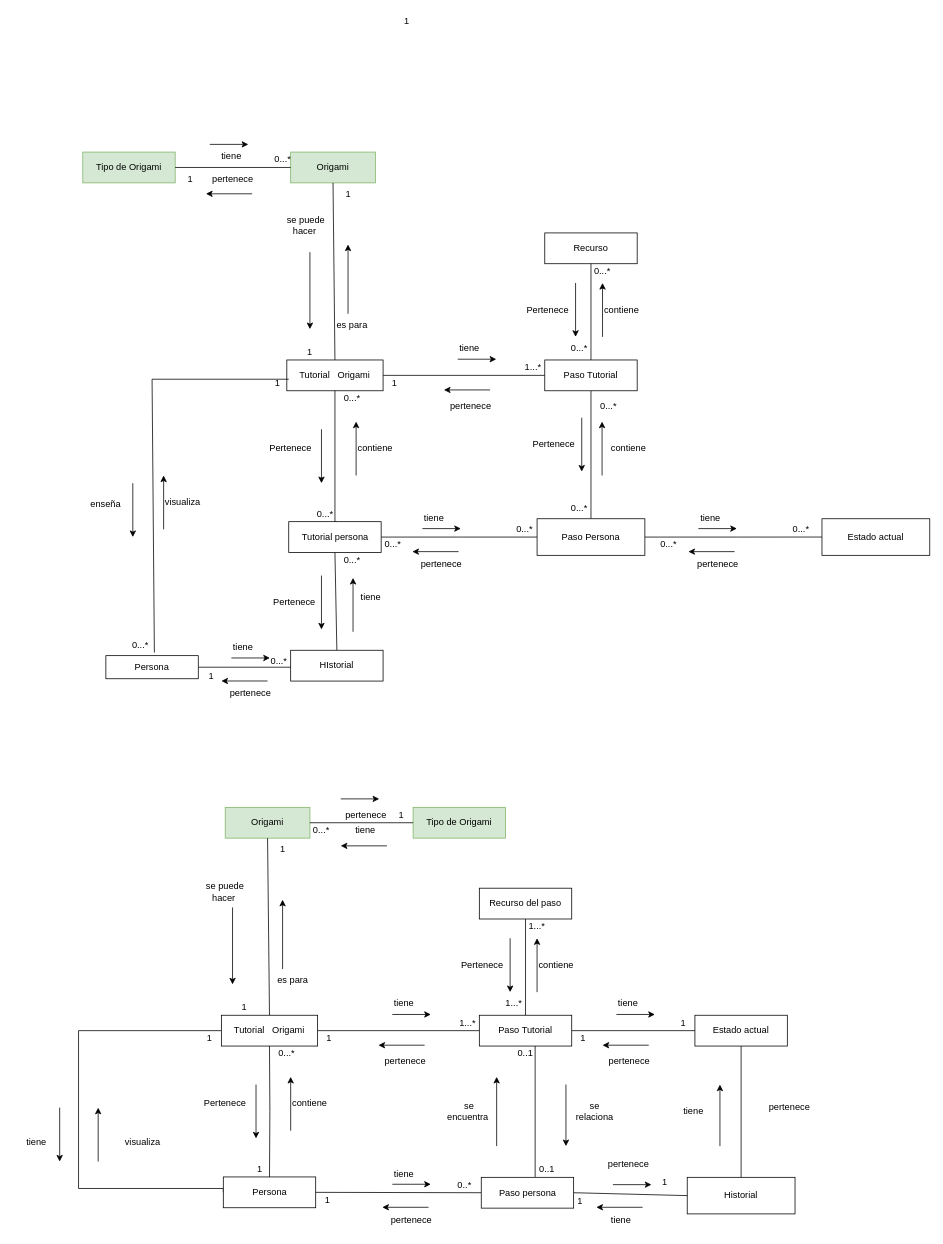
Above: ModeloDeDominio3D.drawio in andrescastillo1996/documentacionMundoOrigami (draw.io), before the change. Source tidied: cells renumbered, new cells numbered last; positions are measured from the earlier drawing's top-left corner, leaving out a move shared by most shapes. Both pictures are drawn from the tidied source at 77%, with x=0, y=0 at pixel (13, 13).
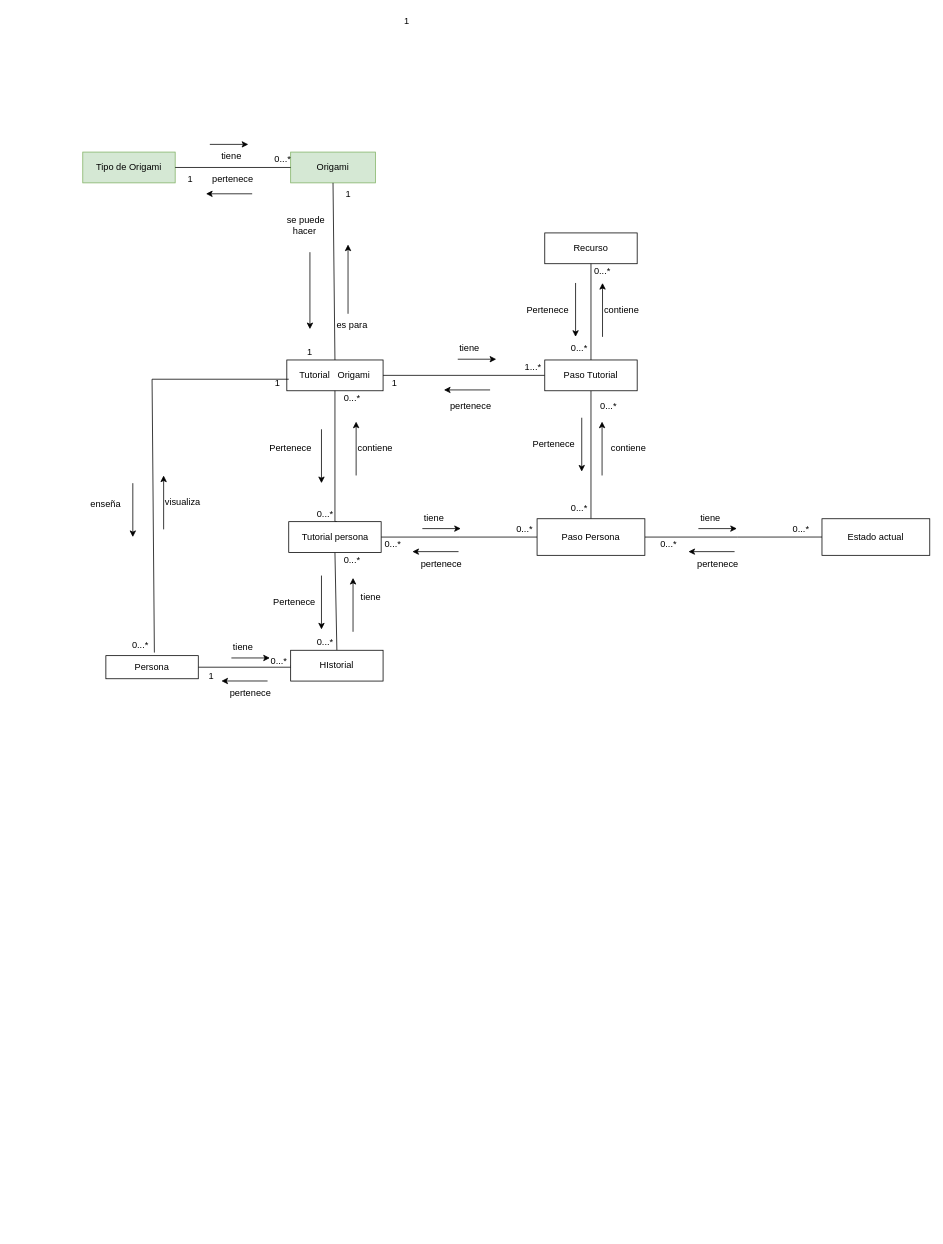
Above is the later version.

Change to the diagram source:
```diff
@@
-    <mxCell id="69" value="Tipo de Origami" style="rounded=0;whiteSpace=wrap;html=1;fillColor=#d5e8d4;strokeColor=#82b366;" parent="1" vertex="1">
-      <mxGeometry x="519" y="1031" width="120" height="40" as="geometry" />
-    </mxCell>
-    <mxCell id="70" value="Origami" style="rounded=0;whiteSpace=wrap;html=1;fillColor=#d5e8d4;strokeColor=#82b366;" parent="1" vertex="1">
-      <mxGeometry x="275" y="1031" width="110" height="40" as="geometry" />
-    </mxCell>
-    <mxCell id="71" value="Historial" style="rounded=0;whiteSpace=wrap;html=1;" parent="1" vertex="1">
-      <mxGeometry x="875" y="1511.5" width="140" height="47.5" as="geometry" />
-    </mxCell>
-    <mxCell id="72" style="endArrow=none;html=1;rounded=0;entryX=0;entryY=0.5;entryDx=0;entryDy=0;exitX=1;exitY=0.5;exitDx=0;exitDy=0;" parent="1" edge="1" source="70" target="69">
-      <mxGeometry relative="1" as="geometry" />
-    </mxCell>
-    <mxCell id="73" style="edgeStyle=orthogonalEdgeStyle;rounded=0;jettySize=auto;html=1;exitX=0;exitY=0.5;exitDx=0;exitDy=0;entryX=0;entryY=0.5;entryDx=0;entryDy=0;endArrow=none;endFill=0;" parent="1" edge="1" source="74" target="77">
-      <mxGeometry relative="1" as="geometry">
-        <Array as="points">
-          <mxPoint x="84.5" y="1526" />
-          <mxPoint x="84.5" y="1321" />
-        </Array>
-      </mxGeometry>
-    </mxCell>
-    <mxCell id="74" value="Persona" style="rounded=0;whiteSpace=wrap;html=1;" parent="1" vertex="1">
-      <mxGeometry x="272.5" y="1511" width="120" height="40" as="geometry" />
-    </mxCell>
-    <mxCell id="75" style="endArrow=none;html=1;rounded=0;exitX=0.5;exitY=1;exitDx=0;exitDy=0;entryX=0.5;entryY=0;entryDx=0;entryDy=0;" parent="1" edge="1" source="70" target="77">
-      <mxGeometry relative="1" as="geometry" />
-    </mxCell>
-    <mxCell id="76" style="edgeStyle=orthogonalEdgeStyle;rounded=0;jettySize=auto;html=1;endArrow=none;endFill=0;" parent="1" edge="1" source="77" target="95">
-      <mxGeometry relative="1" as="geometry" />
-    </mxCell>
-    <mxCell id="77" value="Tutorial&amp;nbsp; &amp;nbsp;Origami" style="rounded=0;whiteSpace=wrap;html=1;" parent="1" vertex="1">
-      <mxGeometry x="270" y="1301" width="125" height="40" as="geometry" />
-    </mxCell>
-    <mxCell id="78" style="endArrow=classic;html=1;rounded=0;" parent="1" edge="1">
-      <mxGeometry relative="1" as="geometry">
-        <mxPoint x="425" y="1020" as="sourcePoint" />
-        <mxPoint x="475" y="1020" as="targetPoint" />
-      </mxGeometry>
-    </mxCell>
-    <mxCell id="79" style="endArrow=classic;html=1;rounded=0;" parent="1" edge="1">
-      <mxGeometry relative="1" as="geometry">
-        <mxPoint x="485" y="1081" as="sourcePoint" />
-        <mxPoint x="425" y="1081" as="targetPoint" />
-      </mxGeometry>
-    </mxCell>
-    <mxCell id="80" style="endArrow=classic;html=1;rounded=0;" parent="1" edge="1">
-      <mxGeometry relative="1" as="geometry">
-        <mxPoint x="349.5" y="1241" as="sourcePoint" />
-        <mxPoint x="349.5" y="1151" as="targetPoint" />
-      </mxGeometry>
-    </mxCell>
-    <mxCell id="81" value="tiene&amp;nbsp;" style="text;html=1;strokeColor=none;fillColor=none;align=center;verticalAlign=middle;whiteSpace=wrap;rounded=0;" parent="1" vertex="1">
-      <mxGeometry x="429" y="1046" width="60" height="30" as="geometry" />
-    </mxCell>
-    <mxCell id="82" value="0...*" style="text;html=1;strokeColor=none;fillColor=none;align=center;verticalAlign=middle;whiteSpace=wrap;rounded=0;" parent="1" vertex="1">
-      <mxGeometry x="385" y="1051" width="30" height="20" as="geometry" />
-    </mxCell>
-    <mxCell id="83" style="endArrow=classic;html=1;rounded=0;" parent="1" edge="1">
-      <mxGeometry relative="1" as="geometry">
-        <mxPoint x="284.5" y="1161" as="sourcePoint" />
-        <mxPoint x="284.5" y="1261" as="targetPoint" />
-      </mxGeometry>
-    </mxCell>
-    <mxCell id="84" value="pertenece" style="text;html=1;strokeColor=none;fillColor=none;align=center;verticalAlign=middle;whiteSpace=wrap;rounded=0;" parent="1" vertex="1">
-      <mxGeometry x="428" y="1031" width="60" height="20" as="geometry" />
-    </mxCell>
-    <mxCell id="85" value="1" style="text;html=1;strokeColor=none;fillColor=none;align=center;verticalAlign=middle;whiteSpace=wrap;rounded=0;" parent="1" vertex="1">
-      <mxGeometry x="489" y="1031" width="30" height="20" as="geometry" />
-    </mxCell>
-    <mxCell id="86" value="es para" style="text;html=1;strokeColor=none;fillColor=none;align=center;verticalAlign=middle;whiteSpace=wrap;rounded=0;" parent="1" vertex="1">
-      <mxGeometry x="332.5" y="1241" width="60" height="30" as="geometry" />
-    </mxCell>
-    <mxCell id="87" value="1" style="text;html=1;strokeColor=none;fillColor=none;align=center;verticalAlign=middle;whiteSpace=wrap;rounded=0;" parent="1" vertex="1">
-      <mxGeometry x="285" y="1281" width="30" height="20" as="geometry" />
-    </mxCell>
-    <mxCell id="88" value="se puede hacer&amp;nbsp;" style="text;html=1;strokeColor=none;fillColor=none;align=center;verticalAlign=middle;whiteSpace=wrap;rounded=0;" parent="1" vertex="1">
-      <mxGeometry x="245" y="1131" width="60" height="20" as="geometry" />
-    </mxCell>
-    <mxCell id="89" value="1" style="text;html=1;strokeColor=none;fillColor=none;align=center;verticalAlign=middle;whiteSpace=wrap;rounded=0;" parent="1" vertex="1">
-      <mxGeometry x="335" y="1076" width="30" height="20" as="geometry" />
-    </mxCell>
-    <mxCell id="90" style="endArrow=none;html=1;rounded=0;exitX=1;exitY=0.5;exitDx=0;exitDy=0;entryX=0;entryY=0.5;entryDx=0;entryDy=0;" parent="1" edge="1" source="103" target="71">
-      <mxGeometry relative="1" as="geometry" />
-    </mxCell>
-    <mxCell id="91" value="Estado actual" style="rounded=0;whiteSpace=wrap;html=1;" parent="1" vertex="1">
-      <mxGeometry x="885" y="1301" width="120" height="40" as="geometry" />
-    </mxCell>
-    <mxCell id="92" value="Recurso del paso" style="rounded=0;whiteSpace=wrap;html=1;" parent="1" vertex="1">
-      <mxGeometry x="605" y="1136" width="120" height="40" as="geometry" />
-    </mxCell>
-    <mxCell id="93" style="edgeStyle=orthogonalEdgeStyle;rounded=0;jettySize=auto;html=1;entryX=0;entryY=0.5;entryDx=0;entryDy=0;endArrow=none;endFill=0;" parent="1" edge="1" source="95" target="91">
-      <mxGeometry relative="1" as="geometry" />
-    </mxCell>
-    <mxCell id="94" style="edgeStyle=orthogonalEdgeStyle;rounded=0;jettySize=auto;html=1;endArrow=none;endFill=0;" parent="1" edge="1" source="95" target="92">
-      <mxGeometry relative="1" as="geometry" />
-    </mxCell>
-    <mxCell id="95" value="Paso Tutorial" style="rounded=0;whiteSpace=wrap;html=1;" parent="1" vertex="1">
-      <mxGeometry x="605" y="1301" width="120" height="40" as="geometry" />
-    </mxCell>
-    <mxCell id="96" style="edgeStyle=orthogonalEdgeStyle;rounded=0;jettySize=auto;html=1;exitX=0.5;exitY=0;exitDx=0;exitDy=0;entryX=0.5;entryY=1;entryDx=0;entryDy=0;endArrow=none;endFill=0;" parent="1" edge="1" target="77">
-      <mxGeometry relative="1" as="geometry">
-        <mxPoint x="332.5" y="1511" as="sourcePoint" />
-      </mxGeometry>
-    </mxCell>
-    <mxCell id="97" style="edgeStyle=orthogonalEdgeStyle;rounded=0;jettySize=auto;html=1;exitX=1;exitY=0.5;exitDx=0;exitDy=0;entryX=0;entryY=0.5;entryDx=0;entryDy=0;endArrow=none;endFill=0;" parent="1" edge="1" target="103">
-      <mxGeometry relative="1" as="geometry">
-        <mxPoint x="392.5" y="1531" as="sourcePoint" />
-      </mxGeometry>
-    </mxCell>
-    <mxCell id="98" style="endArrow=classic;html=1;rounded=0;" parent="1" edge="1">
-      <mxGeometry relative="1" as="geometry">
-        <mxPoint x="360" y="1451" as="sourcePoint" />
-        <mxPoint x="360" y="1381" as="targetPoint" />
-      </mxGeometry>
-    </mxCell>
-    <mxCell id="99" value="contiene" style="text;html=1;strokeColor=none;fillColor=none;align=center;verticalAlign=middle;whiteSpace=wrap;rounded=0;" parent="1" vertex="1">
-      <mxGeometry x="355" y="1401" width="60" height="30" as="geometry" />
-    </mxCell>
-    <mxCell id="100" value="Pertenece" style="text;html=1;strokeColor=none;fillColor=none;align=center;verticalAlign=middle;whiteSpace=wrap;rounded=0;" parent="1" vertex="1">
-      <mxGeometry x="245" y="1401" width="60" height="30" as="geometry" />
-    </mxCell>
-    <mxCell id="101" style="endArrow=classic;html=1;rounded=0;" parent="1" edge="1">
-      <mxGeometry relative="1" as="geometry">
-        <mxPoint x="315" y="1391" as="sourcePoint" />
-        <mxPoint x="315" y="1461" as="targetPoint" />
-      </mxGeometry>
-    </mxCell>
-    <mxCell id="102" value="0...*" style="text;html=1;strokeColor=none;fillColor=none;align=center;verticalAlign=middle;whiteSpace=wrap;rounded=0;" parent="1" vertex="1">
-      <mxGeometry x="340" y="1341" width="30" height="20" as="geometry" />
-    </mxCell>
-    <mxCell id="103" value="Paso persona" style="rounded=0;whiteSpace=wrap;html=1;" parent="1" vertex="1">
-      <mxGeometry x="607.5" y="1511.5" width="120" height="40" as="geometry" />
-    </mxCell>
-    <mxCell id="104" value="tiene" style="text;html=1;strokeColor=none;fillColor=none;align=center;verticalAlign=middle;whiteSpace=wrap;rounded=0;" parent="1" vertex="1">
-      <mxGeometry y="1451" width="60" height="30" as="geometry" />
-    </mxCell>
-    <mxCell id="105" style="endArrow=classic;html=1;rounded=0;" parent="1" edge="1">
-      <mxGeometry relative="1" as="geometry">
-        <mxPoint x="60" y="1421" as="sourcePoint" />
-        <mxPoint x="60" y="1491" as="targetPoint" />
-      </mxGeometry>
-    </mxCell>
-    <mxCell id="106" style="endArrow=classic;html=1;rounded=0;" parent="1" edge="1">
-      <mxGeometry relative="1" as="geometry">
-        <mxPoint x="110" y="1491" as="sourcePoint" />
-        <mxPoint x="110" y="1421" as="targetPoint" />
-      </mxGeometry>
-    </mxCell>
-    <mxCell id="107" value="visualiza" style="text;html=1;strokeColor=none;fillColor=none;align=center;verticalAlign=middle;whiteSpace=wrap;rounded=0;" parent="1" vertex="1">
-      <mxGeometry x="137.5" y="1451" width="60" height="30" as="geometry" />
-    </mxCell>
-    <mxCell id="108" value="1" style="text;html=1;strokeColor=none;fillColor=none;align=center;verticalAlign=middle;whiteSpace=wrap;rounded=0;" parent="1" vertex="1">
-      <mxGeometry x="240" y="1321" width="30" height="20" as="geometry" />
-    </mxCell>
-    <mxCell id="109" style="endArrow=classic;html=1;rounded=0;" parent="1" edge="1">
-      <mxGeometry relative="1" as="geometry">
-        <mxPoint x="492" y="1300" as="sourcePoint" />
-        <mxPoint x="542" y="1300" as="targetPoint" />
-      </mxGeometry>
-    </mxCell>
-    <mxCell id="110" style="endArrow=classic;html=1;rounded=0;" parent="1" edge="1">
-      <mxGeometry relative="1" as="geometry">
-        <mxPoint x="534" y="1339.9" as="sourcePoint" />
-        <mxPoint x="474" y="1339.9" as="targetPoint" />
-      </mxGeometry>
-    </mxCell>
-    <mxCell id="111" value="tiene&amp;nbsp;" style="text;html=1;strokeColor=none;fillColor=none;align=center;verticalAlign=middle;whiteSpace=wrap;rounded=0;" parent="1" vertex="1">
-      <mxGeometry x="479" y="1271" width="60" height="30" as="geometry" />
-    </mxCell>
-    <mxCell id="112" value="pertenece" style="text;html=1;strokeColor=none;fillColor=none;align=center;verticalAlign=middle;whiteSpace=wrap;rounded=0;" parent="1" vertex="1">
-      <mxGeometry x="479" y="1351" width="60" height="20" as="geometry" />
-    </mxCell>
-    <mxCell id="113" style="endArrow=classic;html=1;rounded=0;" parent="1" edge="1">
-      <mxGeometry relative="1" as="geometry">
-        <mxPoint x="783" y="1300" as="sourcePoint" />
-        <mxPoint x="833" y="1300" as="targetPoint" />
-      </mxGeometry>
-    </mxCell>
-    <mxCell id="114" style="endArrow=classic;html=1;rounded=0;" parent="1" edge="1">
-      <mxGeometry relative="1" as="geometry">
-        <mxPoint x="825" y="1339.9" as="sourcePoint" />
-        <mxPoint x="765" y="1339.9" as="targetPoint" />
-      </mxGeometry>
-    </mxCell>
-    <mxCell id="115" value="tiene&amp;nbsp;" style="text;html=1;strokeColor=none;fillColor=none;align=center;verticalAlign=middle;whiteSpace=wrap;rounded=0;" parent="1" vertex="1">
-      <mxGeometry x="770" y="1271" width="60" height="30" as="geometry" />
-    </mxCell>
-    <mxCell id="116" value="pertenece" style="text;html=1;strokeColor=none;fillColor=none;align=center;verticalAlign=middle;whiteSpace=wrap;rounded=0;" parent="1" vertex="1">
-      <mxGeometry x="770" y="1351" width="60" height="20" as="geometry" />
-    </mxCell>
-    <mxCell id="117" value="1" style="text;html=1;strokeColor=none;fillColor=none;align=center;verticalAlign=middle;whiteSpace=wrap;rounded=0;" parent="1" vertex="1">
-      <mxGeometry x="855" y="1301" width="30" height="20" as="geometry" />
-    </mxCell>
-    <mxCell id="118" value="1...*" style="text;html=1;strokeColor=none;fillColor=none;align=center;verticalAlign=middle;whiteSpace=wrap;rounded=0;" parent="1" vertex="1">
-      <mxGeometry x="575" y="1301" width="30" height="20" as="geometry" />
-    </mxCell>
-    <mxCell id="119" value="1" style="text;html=1;strokeColor=none;fillColor=none;align=center;verticalAlign=middle;whiteSpace=wrap;rounded=0;" parent="1" vertex="1">
-      <mxGeometry x="725" y="1321" width="30" height="20" as="geometry" />
-    </mxCell>
-    <mxCell id="120" value="1" style="text;html=1;strokeColor=none;fillColor=none;align=center;verticalAlign=middle;whiteSpace=wrap;rounded=0;" parent="1" vertex="1">
-      <mxGeometry x="395" y="1321" width="30" height="20" as="geometry" />
-    </mxCell>
-    <mxCell id="121" style="endArrow=classic;html=1;rounded=0;" parent="1" edge="1">
-      <mxGeometry relative="1" as="geometry">
-        <mxPoint x="680" y="1271" as="sourcePoint" />
-        <mxPoint x="680" y="1201" as="targetPoint" />
-      </mxGeometry>
-    </mxCell>
-    <mxCell id="122" value="contiene" style="text;html=1;strokeColor=none;fillColor=none;align=center;verticalAlign=middle;whiteSpace=wrap;rounded=0;" parent="1" vertex="1">
-      <mxGeometry x="675" y="1221" width="60" height="30" as="geometry" />
-    </mxCell>
-    <mxCell id="123" value="Pertenece" style="text;html=1;strokeColor=none;fillColor=none;align=center;verticalAlign=middle;whiteSpace=wrap;rounded=0;" parent="1" vertex="1">
-      <mxGeometry x="579" y="1221" width="60" height="30" as="geometry" />
-    </mxCell>
-    <mxCell id="124" style="endArrow=classic;html=1;rounded=0;" parent="1" edge="1">
-      <mxGeometry relative="1" as="geometry">
-        <mxPoint x="645" y="1201" as="sourcePoint" />
-        <mxPoint x="645" y="1271" as="targetPoint" />
-      </mxGeometry>
-    </mxCell>
-    <mxCell id="125" value="1...*" style="text;html=1;strokeColor=none;fillColor=none;align=center;verticalAlign=middle;whiteSpace=wrap;rounded=0;" parent="1" vertex="1">
-      <mxGeometry x="665" y="1176" width="30" height="20" as="geometry" />
-    </mxCell>
-    <mxCell id="126" value="1...*" style="text;html=1;strokeColor=none;fillColor=none;align=center;verticalAlign=middle;whiteSpace=wrap;rounded=0;" parent="1" vertex="1">
-      <mxGeometry x="635" y="1276" width="30" height="20" as="geometry" />
-    </mxCell>
-    <mxCell id="127" value="1" style="text;html=1;strokeColor=none;fillColor=none;align=center;verticalAlign=middle;whiteSpace=wrap;rounded=0;" parent="1" vertex="1">
-      <mxGeometry x="305" y="1491" width="30" height="20" as="geometry" />
-    </mxCell>
-    <mxCell id="128" style="endArrow=classic;html=1;rounded=0;" parent="1" edge="1">
-      <mxGeometry relative="1" as="geometry">
-        <mxPoint x="492" y="1520.5" as="sourcePoint" />
-        <mxPoint x="542" y="1520.5" as="targetPoint" />
-      </mxGeometry>
-    </mxCell>
-    <mxCell id="129" style="endArrow=classic;html=1;rounded=0;" parent="1" edge="1">
-      <mxGeometry relative="1" as="geometry">
-        <mxPoint x="539" y="1550.4" as="sourcePoint" />
-        <mxPoint x="479" y="1550.4" as="targetPoint" />
-      </mxGeometry>
-    </mxCell>
-    <mxCell id="130" value="tiene&amp;nbsp;" style="text;html=1;strokeColor=none;fillColor=none;align=center;verticalAlign=middle;whiteSpace=wrap;rounded=0;" parent="1" vertex="1">
-      <mxGeometry x="479" y="1491.5" width="60" height="30" as="geometry" />
-    </mxCell>
-    <mxCell id="131" value="pertenece" style="text;html=1;strokeColor=none;fillColor=none;align=center;verticalAlign=middle;whiteSpace=wrap;rounded=0;" parent="1" vertex="1">
-      <mxGeometry x="487" y="1556.5" width="60" height="20" as="geometry" />
-    </mxCell>
-    <mxCell id="132" style="endArrow=classic;html=1;rounded=0;" parent="1" edge="1">
-      <mxGeometry relative="1" as="geometry">
-        <mxPoint x="778.5" y="1521" as="sourcePoint" />
-        <mxPoint x="828.5" y="1521" as="targetPoint" />
-      </mxGeometry>
-    </mxCell>
-    <mxCell id="133" style="endArrow=classic;html=1;rounded=0;" parent="1" edge="1">
-      <mxGeometry relative="1" as="geometry">
-        <mxPoint x="817" y="1550.4" as="sourcePoint" />
-        <mxPoint x="757" y="1550.4" as="targetPoint" />
-      </mxGeometry>
-    </mxCell>
-    <mxCell id="134" value="tiene&amp;nbsp;" style="text;html=1;strokeColor=none;fillColor=none;align=center;verticalAlign=middle;whiteSpace=wrap;rounded=0;" parent="1" vertex="1">
-      <mxGeometry x="761" y="1551.5" width="60" height="30" as="geometry" />
-    </mxCell>
-    <mxCell id="135" value="pertenece" style="text;html=1;strokeColor=none;fillColor=none;align=center;verticalAlign=middle;whiteSpace=wrap;rounded=0;" parent="1" vertex="1">
-      <mxGeometry x="768.5" y="1484" width="60" height="20" as="geometry" />
-    </mxCell>
-    <mxCell id="136" value="0..*" style="text;html=1;strokeColor=none;fillColor=none;align=center;verticalAlign=middle;whiteSpace=wrap;rounded=0;" parent="1" vertex="1">
-      <mxGeometry x="571" y="1511.5" width="30" height="20" as="geometry" />
-    </mxCell>
-    <mxCell id="137" value="1" style="text;html=1;strokeColor=none;fillColor=none;align=center;verticalAlign=middle;whiteSpace=wrap;rounded=0;" parent="1" vertex="1">
-      <mxGeometry x="392.5" y="1531" width="30" height="20" as="geometry" />
-    </mxCell>
-    <mxCell id="138" value="1" style="text;html=1;strokeColor=none;fillColor=none;align=center;verticalAlign=middle;whiteSpace=wrap;rounded=0;" parent="1" vertex="1">
-      <mxGeometry x="831" y="1507.8" width="30" height="20" as="geometry" />
-    </mxCell>
-    <mxCell id="139" value="1" style="text;html=1;strokeColor=none;fillColor=none;align=center;verticalAlign=middle;whiteSpace=wrap;rounded=0;" parent="1" vertex="1">
-      <mxGeometry x="721" y="1531.5" width="30" height="20" as="geometry" />
-    </mxCell>
-    <mxCell id="140" style="endArrow=none;html=1;rounded=0;entryX=0.604;entryY=1;entryDx=0;entryDy=0;entryPerimeter=0;" parent="1" edge="1" target="95">
-      <mxGeometry relative="1" as="geometry">
-        <mxPoint x="677.5" y="1511" as="sourcePoint" />
-      </mxGeometry>
-    </mxCell>
-    <mxCell id="141" style="endArrow=classic;html=1;rounded=0;" parent="1" edge="1">
-      <mxGeometry relative="1" as="geometry">
-        <mxPoint x="627.5" y="1471" as="sourcePoint" />
-        <mxPoint x="627.5" y="1381" as="targetPoint" />
-      </mxGeometry>
-    </mxCell>
-    <mxCell id="142" style="endArrow=classic;html=1;rounded=0;" parent="1" edge="1">
-      <mxGeometry relative="1" as="geometry">
-        <mxPoint x="717.5" y="1391" as="sourcePoint" />
-        <mxPoint x="717.5" y="1471" as="targetPoint" />
-      </mxGeometry>
-    </mxCell>
-    <mxCell id="143" value="se encuentra&amp;nbsp;" style="text;html=1;strokeColor=none;fillColor=none;align=center;verticalAlign=middle;whiteSpace=wrap;rounded=0;" parent="1" vertex="1">
-      <mxGeometry x="561.5" y="1411" width="60" height="30" as="geometry" />
-    </mxCell>
-    <mxCell id="144" value="se relaciona" style="text;html=1;strokeColor=none;fillColor=none;align=center;verticalAlign=middle;whiteSpace=wrap;rounded=0;" parent="1" vertex="1">
-      <mxGeometry x="725" y="1411" width="60" height="30" as="geometry" />
-    </mxCell>
-    <mxCell id="145" value="0..1" style="text;html=1;strokeColor=none;fillColor=none;align=center;verticalAlign=middle;whiteSpace=wrap;rounded=0;" parent="1" vertex="1">
-      <mxGeometry x="650" y="1341" width="30" height="20" as="geometry" />
-    </mxCell>
-    <mxCell id="146" value="0..1" style="text;html=1;strokeColor=none;fillColor=none;align=center;verticalAlign=middle;whiteSpace=wrap;rounded=0;" parent="1" vertex="1">
-      <mxGeometry x="677.5" y="1491" width="30" height="20" as="geometry" />
-    </mxCell>
-    <mxCell id="147" style="endArrow=none;html=1;rounded=0;entryX=0.5;entryY=1;entryDx=0;entryDy=0;exitX=0.5;exitY=0;exitDx=0;exitDy=0;" parent="1" edge="1" source="71" target="91">
-      <mxGeometry relative="1" as="geometry" />
-    </mxCell>
-    <mxCell id="148" style="endArrow=classic;html=1;rounded=0;" parent="1" edge="1">
-      <mxGeometry relative="1" as="geometry">
-        <mxPoint x="917.5" y="1471" as="sourcePoint" />
-        <mxPoint x="917.5" y="1391" as="targetPoint" />
-      </mxGeometry>
-    </mxCell>
-    <mxCell id="149" value="tiene&amp;nbsp;" style="text;html=1;strokeColor=none;fillColor=none;align=center;verticalAlign=middle;whiteSpace=wrap;rounded=0;" parent="1" vertex="1">
-      <mxGeometry x="855" y="1411" width="60" height="30" as="geometry" />
-    </mxCell>
-    <mxCell id="150" value="pertenece" style="text;html=1;strokeColor=none;fillColor=none;align=center;verticalAlign=middle;whiteSpace=wrap;rounded=0;" parent="1" vertex="1">
-      <mxGeometry x="977.5" y="1411" width="60" height="20" as="geometry" />
-    </mxCell>
@@
+    <mxCell id="172" value="0...*" style="text;html=1;strokeColor=none;fillColor=none;align=center;verticalAlign=middle;whiteSpace=wrap;rounded=0;" parent="1" vertex="1">
+      <mxGeometry x="390" y="807" width="30" height="20" as="geometry" />
+    </mxCell>
```
